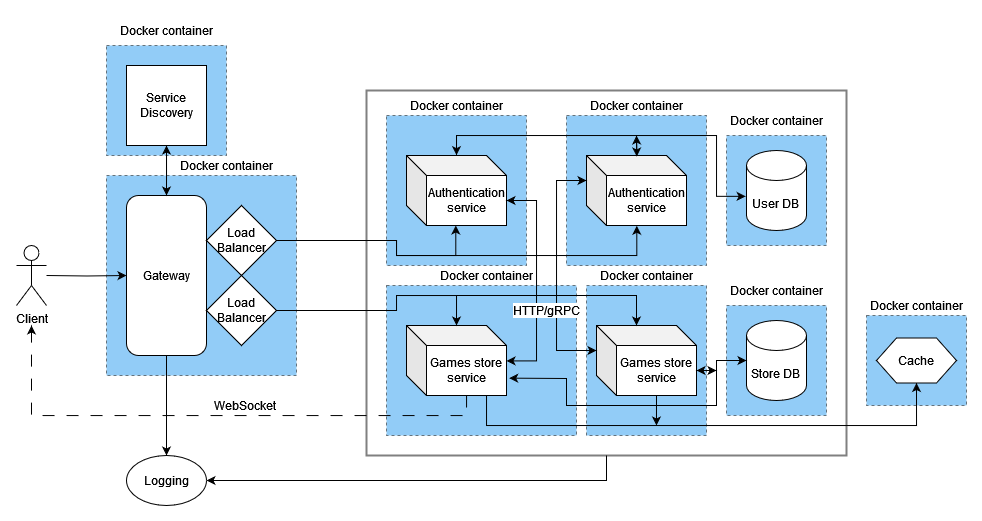
Before: utils/SystemArchitecture.png, a diagram exported from draw.io (Syn4z/PAD-Labs). Source tidied: cells renumbered, new cells last; positions are measured from the earlier drawing's top-left corner, leaving out a move shared by most shapes.
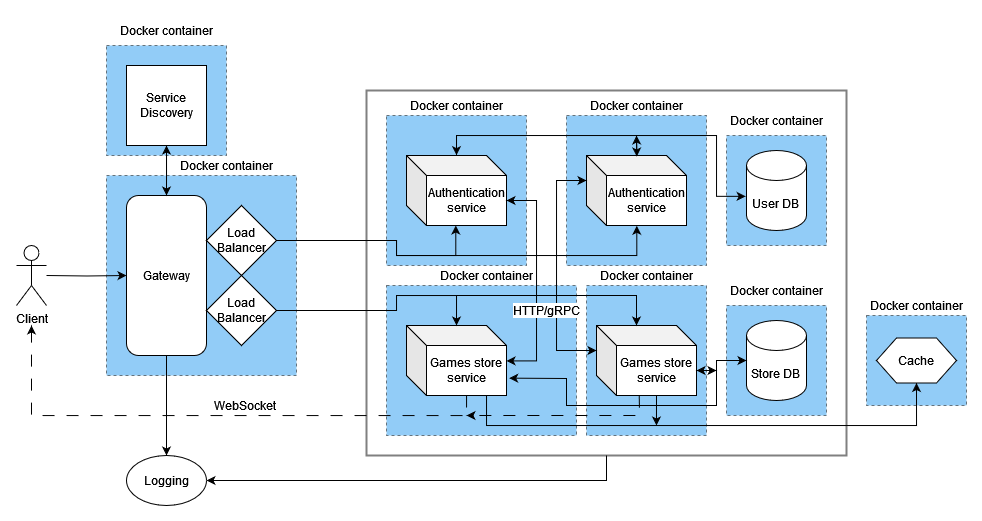
Above is the later version.

The edit, as a diff of the source:
```diff
@@ -262,5 +262,13 @@
         <mxPoint x="700" y="355" as="sourcePoint" />
       </mxGeometry>
     </mxCell>
+    <mxCell id="59" style="endArrow=classic;html=1;rounded=0;fontFamily=Helvetica;fontSize=11;fontColor=default;exitX=0.427;exitY=1.002;exitDx=0;exitDy=0;exitPerimeter=0;dashed=1;strokeWidth=1;dashPattern=12 12;strokeColor=default;align=center;verticalAlign=middle;labelBackgroundColor=default;" parent="1" edge="1" source="50">
+      <mxGeometry relative="1" as="geometry">
+        <mxPoint x="450" y="400" as="targetPoint" />
+        <Array as="points">
+          <mxPoint x="623" y="400" />
+        </Array>
+      </mxGeometry>
+    </mxCell>
   </root>
 </mxGraphModel>
```
